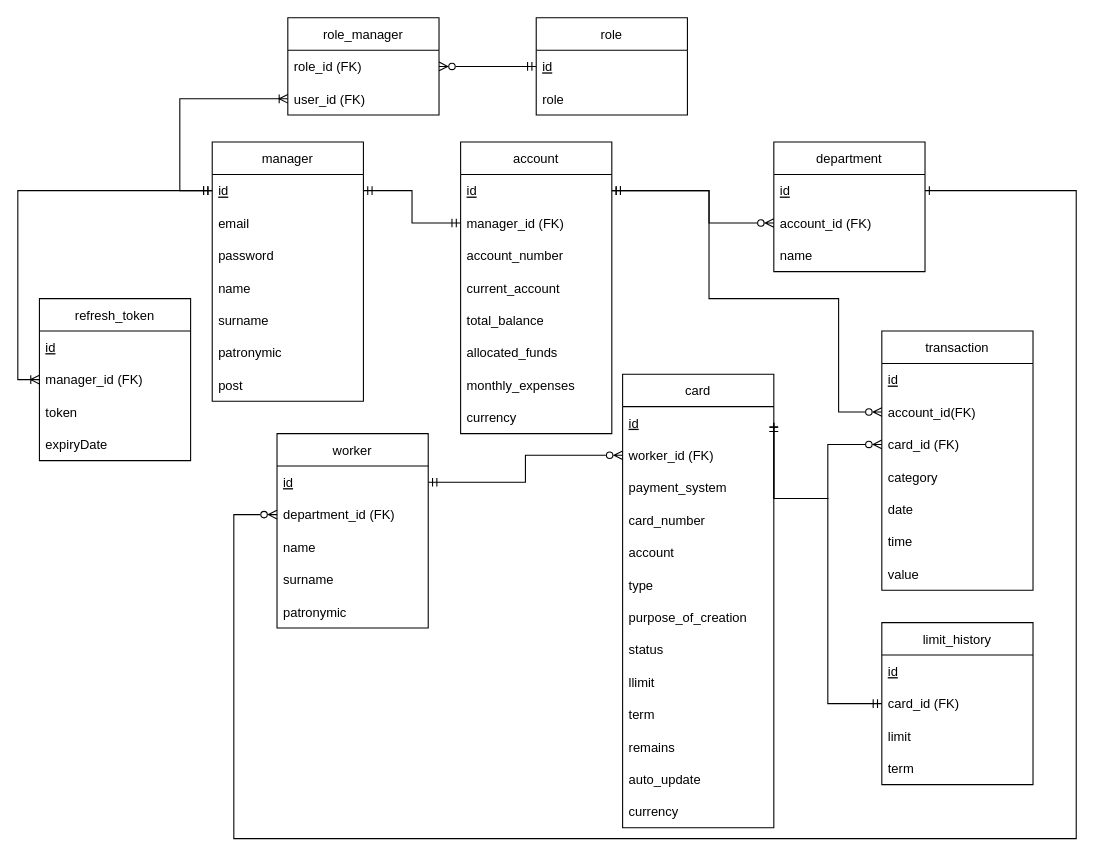
Before: xxxMyRemarks/db.drawio in Vova-oss/VTBhack, a draw.io diagram. Source tidied: cells renumbered, new cells numbered last; positions are measured from the earlier drawing's top-left corner, leaving out a move shared by most shapes. Both pictures are drawn from the tidied source at 108%, with x=0, y=0 at pixel (39, 17).
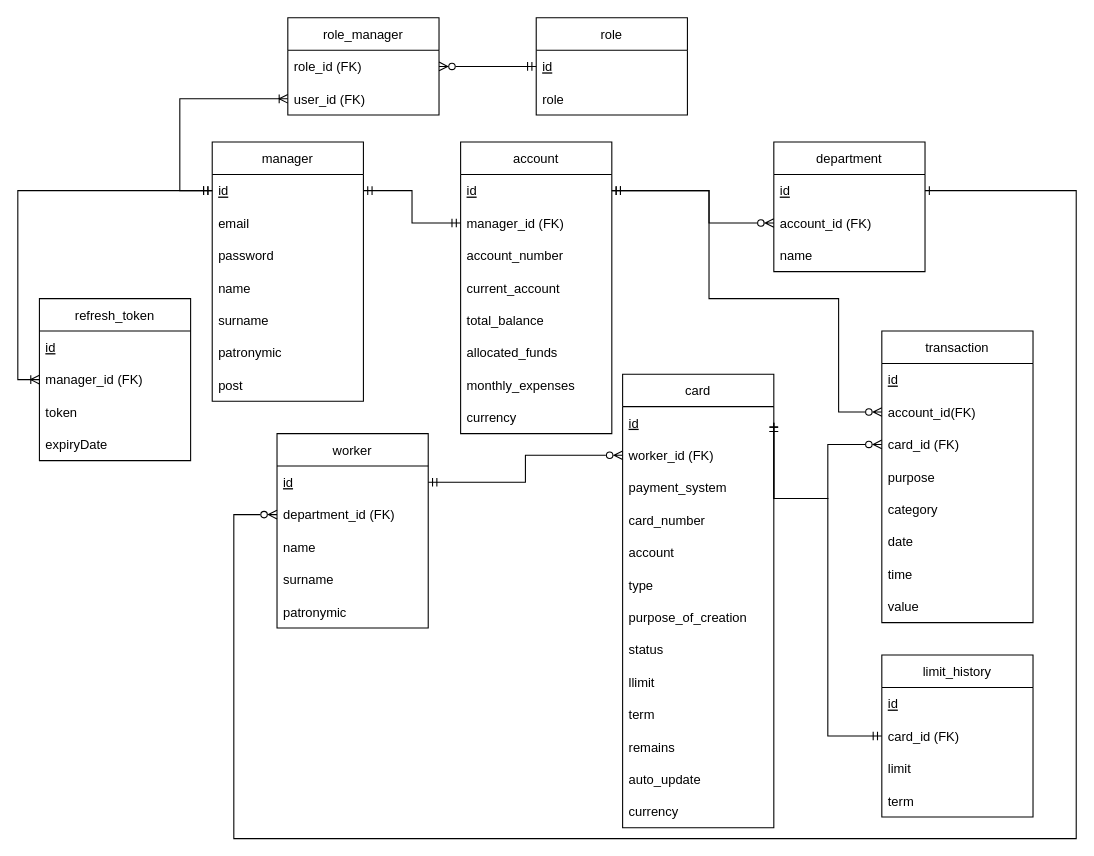
The same diagram, later.

Unchanged cells that the change refers to:
```xml
<mxCell id="15" value="id" style="text;strokeColor=none;fillColor=none;align=left;verticalAlign=middle;spacingLeft=4;spacingRight=4;overflow=hidden;points=[[0,0.5],[1,0.5]];portConstraint=eastwest;fontStyle=4;" parent="14" vertex="1">
  <mxGeometry y="30" width="140" height="30" as="geometry" />
</mxCell>
<mxCell id="74" value="card_id (FK)" style="text;strokeColor=none;fillColor=none;align=left;verticalAlign=middle;spacingLeft=4;spacingRight=4;overflow=hidden;points=[[0,0.5],[1,0.5]];portConstraint=eastwest;" parent="72" vertex="1">
  <mxGeometry y="60" width="140" height="30" as="geometry" />
</mxCell>
```

The edit, as a diff of the source:
```diff
@@
     <mxCell id="13" style="edgeStyle=orthogonalEdgeStyle;rounded=0;jettySize=auto;html=1;entryX=0;entryY=0.5;entryDx=0;entryDy=0;startArrow=ERmandOne;startFill=0;endArrow=ERmandOne;endFill=0;exitX=1;exitY=0.5;exitDx=0;exitDy=0;" parent="1" edge="1" source="15" target="74">
       <mxGeometry relative="1" as="geometry">
         <Array as="points">
+          <mxPoint x="680" y="445" />
           <mxPoint x="730" y="445" />
-          <mxPoint x="730" y="635" />
+          <mxPoint x="730" y="665" />
         </Array>
       </mxGeometry>
     </mxCell>
@@
     <mxCell id="38" value="transaction" style="swimlane;fontStyle=0;horizontal=1;startSize=30;" parent="1" vertex="1">
-      <mxGeometry x="780" y="290" width="140" height="240" as="geometry" />
+      <mxGeometry x="780" y="290" width="140" height="270" as="geometry" />
     </mxCell>
@@
+    <mxCell id="77" value="purpose" style="text;strokeColor=none;fillColor=none;align=left;verticalAlign=middle;spacingLeft=4;spacingRight=4;overflow=hidden;" parent="38" vertex="1">
+      <mxGeometry y="120" width="140" height="30" as="geometry" />
+    </mxCell>
     <mxCell id="42" value="category" style="text;strokeColor=none;fillColor=none;align=left;verticalAlign=middle;spacingLeft=4;spacingRight=4;overflow=hidden;" parent="38" vertex="1">
-      <mxGeometry y="120" width="140" height="30" as="geometry" />
+      <mxGeometry y="150" width="140" height="30" as="geometry" />
     </mxCell>
     <mxCell id="43" value="date" style="text;strokeColor=none;fillColor=none;align=left;verticalAlign=middle;spacingLeft=4;spacingRight=4;overflow=hidden;" parent="38" vertex="1">
-      <mxGeometry y="150" width="140" height="30" as="geometry" />
+      <mxGeometry y="180" width="140" height="30" as="geometry" />
     </mxCell>
     <mxCell id="44" value="time" style="text;strokeColor=none;fillColor=none;align=left;verticalAlign=middle;spacingLeft=4;spacingRight=4;overflow=hidden;" parent="38" vertex="1">
-      <mxGeometry y="180" width="140" height="30" as="geometry" />
+      <mxGeometry y="210" width="140" height="30" as="geometry" />
     </mxCell>
     <mxCell id="45" value="value" style="text;strokeColor=none;fillColor=none;align=left;verticalAlign=middle;spacingLeft=4;spacingRight=4;overflow=hidden;" parent="38" vertex="1">
-      <mxGeometry y="210" width="140" height="30" as="geometry" />
+      <mxGeometry y="240" width="140" height="30" as="geometry" />
     </mxCell>
@@
     <mxCell id="72" value="limit_history" style="swimlane;fontStyle=0;horizontal=1;startSize=30;" parent="1" vertex="1">
-      <mxGeometry x="780" y="560" width="140" height="150" as="geometry" />
+      <mxGeometry x="780" y="590" width="140" height="150" as="geometry" />
     </mxCell>
```
